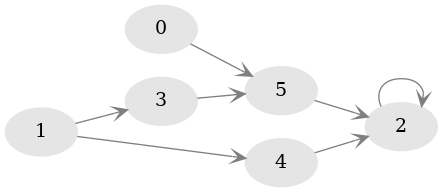
Before: grafos/implementacoes/listaAdjacencia/graph.png, a diagram exported from Graphviz (FranciscoGJR/Data-Structures). Its source is kept beside it as grafos/implementacoes/listaAdjacencia/graph.dot.
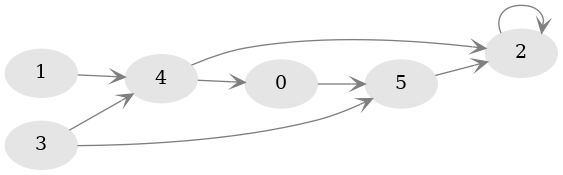
After the commit.

What changed in the source:
```diff
@@ -4,9 +4,10 @@
 edge [color=gray50, arrowhead=vee];
 0 -> 5;
 1 -> 4;
-1 -> 3;
 2 -> 2;
+3 -> 4;
 3 -> 5;
 4 -> 2;
+4 -> 0;
 5 -> 2;
 }
```
